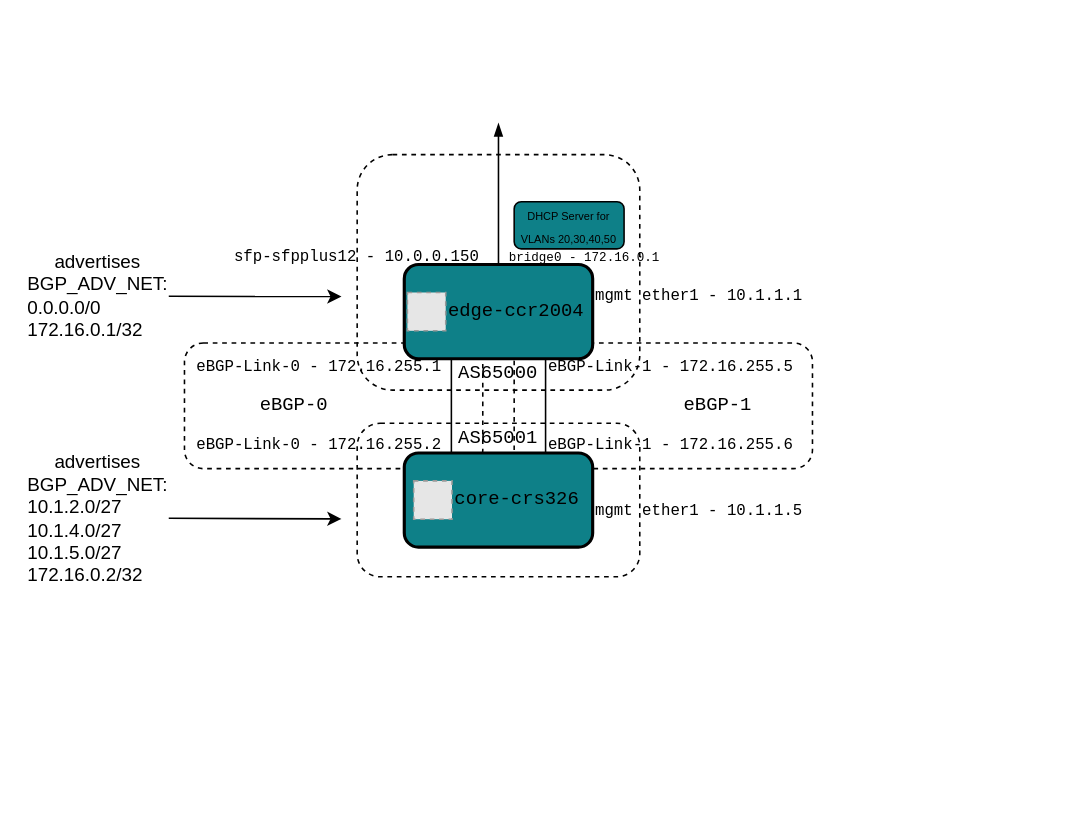
This is media/logical_diagram.drawio from Andreansx/Networking-lab, a draw.io file, before an edit. Source tidied: cells renumbered, new cells numbered last; positions are measured from the earlier drawing's top-left corner, leaving out a move shared by most shapes. Both pictures are drawn from the tidied source at 157%, with x=0, y=0 at pixel (27, 122). Pictures stored in the file or linked from it are replaced by grey dashed boxes.
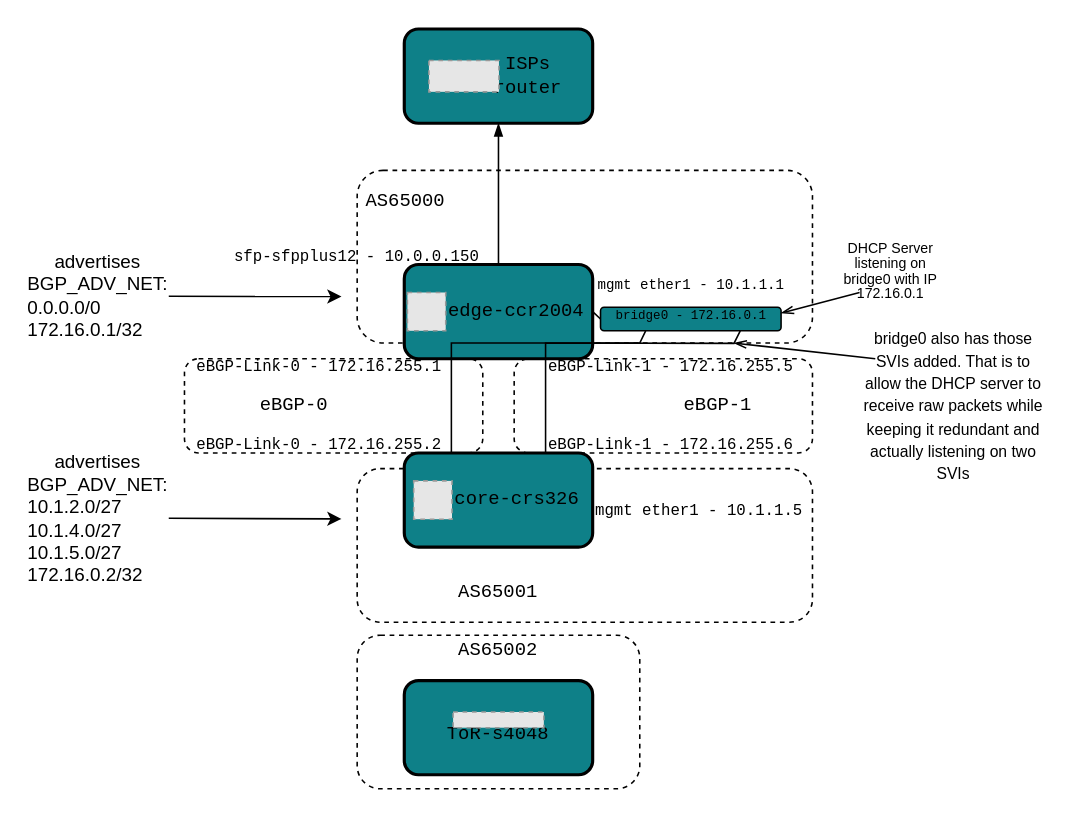
After the change.

The change refers to these unchanged cells:
```xml
<mxCell id="5" style="rounded=1;whiteSpace=wrap;html=1;fillColor=light-dark(#0E8088,#1A1A1A);strokeColor=light-dark(#000000,#333333);strokeWidth=2;" parent="1" vertex="1">
  <mxGeometry x="240" y="90" width="120" height="60" as="geometry" />
</mxCell>
<mxCell id="8" style="rounded=1;whiteSpace=wrap;html=1;fillColor=light-dark(#0E8088,#1A1A1A);strokeColor=light-dark(#000000,#333333);strokeWidth=2;" parent="1" vertex="1">
  <mxGeometry x="240" y="210" width="120" height="60" as="geometry" />
</mxCell>
```

Diff of the diagram source:
```diff
@@
-    <mxCell id="2" style="rounded=1;whiteSpace=wrap;html=1;fillColor=none;dashed=1;strokeColor=light-dark(#000000,#3333FF);" parent="1" vertex="1">
-      <mxGeometry x="210" y="20" width="180" height="150" as="geometry" />
-    </mxCell>
+    <mxCell id="32" style="rounded=1;whiteSpace=wrap;html=1;fillColor=none;dashed=1;strokeColor=light-dark(#000000,#3333FF);" parent="1" vertex="1">
+      <mxGeometry x="210" y="326.1" width="180" height="97.8" as="geometry" />
+    </mxCell>
     <mxCell id="3" style="rounded=1;whiteSpace=wrap;html=1;fillColor=none;dashed=1;strokeColor=light-dark(#000000,#99004D);" parent="1" vertex="1">
-      <mxGeometry x="310" y="140" width="190" height="80" as="geometry" />
+      <mxGeometry x="310" y="150" width="190" height="60" as="geometry" />
     </mxCell>
     <mxCell id="4" style="rounded=1;whiteSpace=wrap;html=1;fillColor=none;dashed=1;strokeColor=light-dark(#000000,#99004D);" parent="1" vertex="1">
-      <mxGeometry x="100" y="140" width="190" height="80" as="geometry" />
+      <mxGeometry x="100" y="150" width="190" height="60" as="geometry" />
     </mxCell>
+    <mxCell id="2" style="rounded=1;whiteSpace=wrap;html=1;fillColor=none;dashed=1;strokeColor=light-dark(#000000,#3333FF);" parent="1" vertex="1">
+      <mxGeometry x="210" y="30" width="290" height="110" as="geometry" />
+    </mxCell>
+    <mxCell id="24" style="rounded=1;whiteSpace=wrap;html=1;fillColor=none;dashed=1;strokeColor=light-dark(#000000,#3333FF);" parent="1" vertex="1">
+      <mxGeometry x="210" y="220" width="290" height="97.8" as="geometry" />
+    </mxCell>
+    <mxCell id="11" style="endArrow=none;html=1;rounded=0;exitX=0.25;exitY=0;exitDx=0;exitDy=0;entryX=0.25;entryY=1;entryDx=0;entryDy=0;" parent="1" edge="1" source="8" target="5">
+      <mxGeometry relative="1" as="geometry" />
+    </mxCell>
+    <mxCell id="12" style="endArrow=none;html=1;rounded=0;exitX=0.25;exitY=0;exitDx=0;exitDy=0;entryX=0.25;entryY=1;entryDx=0;entryDy=0;" parent="1" edge="1">
+      <mxGeometry relative="1" as="geometry">
+        <mxPoint x="330" y="210" as="sourcePoint" />
+        <mxPoint x="330" y="150" as="targetPoint" />
+      </mxGeometry>
+    </mxCell>
+    <mxCell id="33" style="endArrow=none;html=1;rounded=0;entryX=0;entryY=0.5;entryDx=0;entryDy=0;exitX=1;exitY=0.5;exitDx=0;exitDy=0;" parent="1" edge="1" source="5" target="34">
+      <mxGeometry relative="1" as="geometry" />
+    </mxCell>
+    <mxCell id="34" style="rounded=1;whiteSpace=wrap;html=1;fillColor=light-dark(#0E8088,#1A1A1A);strokeColor=light-dark(#000000,#333333);strokeWidth=1;" parent="1" vertex="1">
+      <mxGeometry x="365" y="117.2" width="115" height="15" as="geometry" />
+    </mxCell>
@@
-    <mxCell id="11" style="endArrow=none;html=1;rounded=0;exitX=0.25;exitY=0;exitDx=0;exitDy=0;entryX=0.25;entryY=1;entryDx=0;entryDy=0;" parent="1" edge="1" source="8" target="5">
-      <mxGeometry relative="1" as="geometry" />
-    </mxCell>
-    <mxCell id="12" style="endArrow=none;html=1;rounded=0;exitX=0.25;exitY=0;exitDx=0;exitDy=0;entryX=0.25;entryY=1;entryDx=0;entryDy=0;" parent="1" edge="1">
-      <mxGeometry relative="1" as="geometry">
-        <mxPoint x="330" y="210" as="sourcePoint" />
-        <mxPoint x="330" y="150" as="targetPoint" />
-      </mxGeometry>
-    </mxCell>
@@
-    <mxCell id="22" value="&lt;pre&gt;&lt;font style=&quot;font-size: 10px;&quot;&gt;mgmt ether1 - 10.1.1.1&lt;/font&gt;&lt;/pre&gt;" style="text;html=1;align=center;verticalAlign=middle;whiteSpace=wrap;rounded=0;" parent="1" vertex="1">
-      <mxGeometry x="360" y="105" width="136" height="10" as="geometry" />
+    <mxCell id="22" value="&lt;pre&gt;&lt;font style=&quot;font-size: 9px;&quot;&gt;mgmt ether1 - 10.1.1.1&lt;/font&gt;&lt;/pre&gt;" style="text;html=1;align=center;verticalAlign=middle;whiteSpace=wrap;rounded=0;" parent="1" vertex="1">
+      <mxGeometry x="362.5" y="97.8" width="120" height="10" as="geometry" />
     </mxCell>
     <mxCell id="23" value="&lt;pre&gt;AS65000&lt;/pre&gt;" style="text;html=1;align=center;verticalAlign=middle;whiteSpace=wrap;rounded=0;fontColor=light-dark(#000000,#3333FF);" parent="1" vertex="1">
-      <mxGeometry x="275" y="150" width="50" height="20" as="geometry" />
+      <mxGeometry x="216.4" y="40" width="50" height="20" as="geometry" />
     </mxCell>
-    <mxCell id="24" style="rounded=1;whiteSpace=wrap;html=1;fillColor=none;dashed=1;strokeColor=light-dark(#000000,#3333FF);" parent="1" vertex="1">
-      <mxGeometry x="210" y="191.1" width="180" height="97.8" as="geometry" />
-    </mxCell>
     <mxCell id="25" value="&lt;pre&gt;AS65001&lt;/pre&gt;" style="text;html=1;align=center;verticalAlign=middle;whiteSpace=wrap;rounded=0;fontColor=light-dark(#000000,#3333FF);" parent="1" vertex="1">
-      <mxGeometry x="275" y="191.1" width="50" height="20" as="geometry" />
+      <mxGeometry x="275" y="288.9" width="50" height="20" as="geometry" />
     </mxCell>
@@
-    <mxCell id="30" value="&lt;font style=&quot;font-size: 7px;&quot;&gt;DHCP Server for VLANs 20,30,40,50&lt;/font&gt;" style="rounded=1;whiteSpace=wrap;html=1;fillColor=light-dark(#0E8088,#1A1A1A);strokeColor=light-dark(#000000,#333333);" parent="1" vertex="1">
-      <mxGeometry x="310" y="50" width="70" height="30" as="geometry" />
-    </mxCell>
     <mxCell id="31" value="&lt;pre&gt;&lt;font style=&quot;font-size: 8px;&quot;&gt;bridge0 - 172.16.0.1&lt;/font&gt;&lt;/pre&gt;" style="text;html=1;align=center;verticalAlign=middle;whiteSpace=wrap;rounded=0;" parent="1" vertex="1">
-      <mxGeometry x="305" y="80" width="100" height="10" as="geometry" />
+      <mxGeometry x="372.5" y="117.2" width="100" height="10" as="geometry" />
     </mxCell>
+    <mxCell id="35" style="rounded=1;whiteSpace=wrap;html=1;fillColor=light-dark(#0E8088,#1A1A1A);strokeColor=light-dark(#000000,#333333);strokeWidth=2;" parent="1" vertex="1">
+      <mxGeometry x="240" y="-60" width="120" height="60" as="geometry" />
+    </mxCell>
+    <mxCell id="36" value="&lt;pre&gt;ISPs&lt;br&gt;router&lt;/pre&gt;" style="text;html=1;align=center;verticalAlign=middle;whiteSpace=wrap;rounded=0;" parent="1" vertex="1">
+      <mxGeometry x="294.1" y="-47.5" width="50.2" height="35" as="geometry" />
+    </mxCell>
+    <mxCell id="37" style="fillColor=#E6E6E6;strokeColor=#999999;dashed=1;verticalLabelPosition=bottom;verticalAlign=top;" parent="1" vertex="1">
+      <mxGeometry x="255.7" y="-40" width="44.6" height="20" as="geometry" />
+    </mxCell>
+    <mxCell id="38" style="endArrow=none;html=1;rounded=0;entryX=0.25;entryY=1;entryDx=0;entryDy=0;strokeColor=light-dark(#000000,#E84816);" parent="1" edge="1" target="34">
+      <mxGeometry relative="1" as="geometry">
+        <mxPoint x="270" y="150" as="sourcePoint" />
+        <Array as="points">
+          <mxPoint x="270" y="140" />
+          <mxPoint x="390" y="140" />
+        </Array>
+      </mxGeometry>
+    </mxCell>
+    <mxCell id="39" style="endArrow=none;html=1;rounded=0;entryX=0.25;entryY=1;entryDx=0;entryDy=0;strokeColor=light-dark(#000000,#E84816);" parent="1" edge="1">
+      <mxGeometry relative="1" as="geometry">
+        <mxPoint x="330" y="150.2" as="sourcePoint" />
+        <mxPoint x="454" y="132.2" as="targetPoint" />
+        <Array as="points">
+          <mxPoint x="330" y="140" />
+          <mxPoint x="450" y="140.2" />
+        </Array>
+      </mxGeometry>
+    </mxCell>
+    <mxCell id="40" value="&lt;div style=&quot;line-height: 80%;&quot;&gt;&lt;font style=&quot;font-size: 9px; line-height: 80%;&quot;&gt;DHCP Server listening on bridge0 with IP 172.16.0.1&lt;/font&gt;&lt;/div&gt;" style="text;html=1;align=center;verticalAlign=middle;whiteSpace=wrap;rounded=0;" parent="1" vertex="1">
+      <mxGeometry x="510" y="80" width="80" height="27.8" as="geometry" />
+    </mxCell>
+    <mxCell id="41" style="endArrow=openThin;html=1;rounded=0;exitX=0.25;exitY=1;exitDx=0;exitDy=0;entryX=1;entryY=0.25;entryDx=0;entryDy=0;endFill=0;" parent="1" edge="1" source="40" target="34">
+      <mxGeometry relative="1" as="geometry" />
+    </mxCell>
+    <mxCell id="42" style="endArrow=openThin;html=1;rounded=0;endFill=0;strokeColor=light-dark(#000000,#E84816);jumpStyle=none;flowAnimation=0;shadow=0;" parent="1" edge="1">
+      <mxGeometry relative="1" as="geometry">
+        <mxPoint x="540" y="150" as="sourcePoint" />
+        <mxPoint x="450" y="140" as="targetPoint" />
+      </mxGeometry>
+    </mxCell>
+    <mxCell id="43" value="&lt;font style=&quot;font-size: 10px;&quot;&gt;bridge0 also has those SVIs added. That is to allow the DHCP server to receive raw packets while keeping it redundant and actually listening on two SVIs&lt;/font&gt;" style="text;html=1;align=center;verticalAlign=middle;whiteSpace=wrap;rounded=0;" parent="1" vertex="1">
+      <mxGeometry x="530" y="130" width="120" height="100" as="geometry" />
+    </mxCell>
+    <mxCell id="44" style="rounded=1;whiteSpace=wrap;html=1;fillColor=light-dark(#0E8088,#1A1A1A);strokeColor=light-dark(#000000,#333333);strokeWidth=2;" parent="1" vertex="1">
+      <mxGeometry x="240" y="355" width="120" height="60" as="geometry" />
+    </mxCell>
+    <mxCell id="45" value="&lt;pre&gt;ToR-s4048&lt;/pre&gt;" style="text;html=1;align=center;verticalAlign=middle;whiteSpace=wrap;rounded=0;" parent="1" vertex="1">
+      <mxGeometry x="268.2" y="385" width="63.6" height="10" as="geometry" />
+    </mxCell>
+    <mxCell id="46" style="fillColor=#E6E6E6;strokeColor=#999999;dashed=1;verticalLabelPosition=bottom;verticalAlign=top;" parent="1" vertex="1">
+      <mxGeometry x="271.1" y="375" width="57.8" height="10" as="geometry" />
+    </mxCell>
+    <mxCell id="47" value="&lt;pre&gt;AS65002&lt;/pre&gt;" style="text;html=1;align=center;verticalAlign=middle;whiteSpace=wrap;rounded=0;fontColor=light-dark(#000000,#3333FF);" parent="1" vertex="1">
+      <mxGeometry x="275" y="326.1" width="50" height="20" as="geometry" />
+    </mxCell>
```
